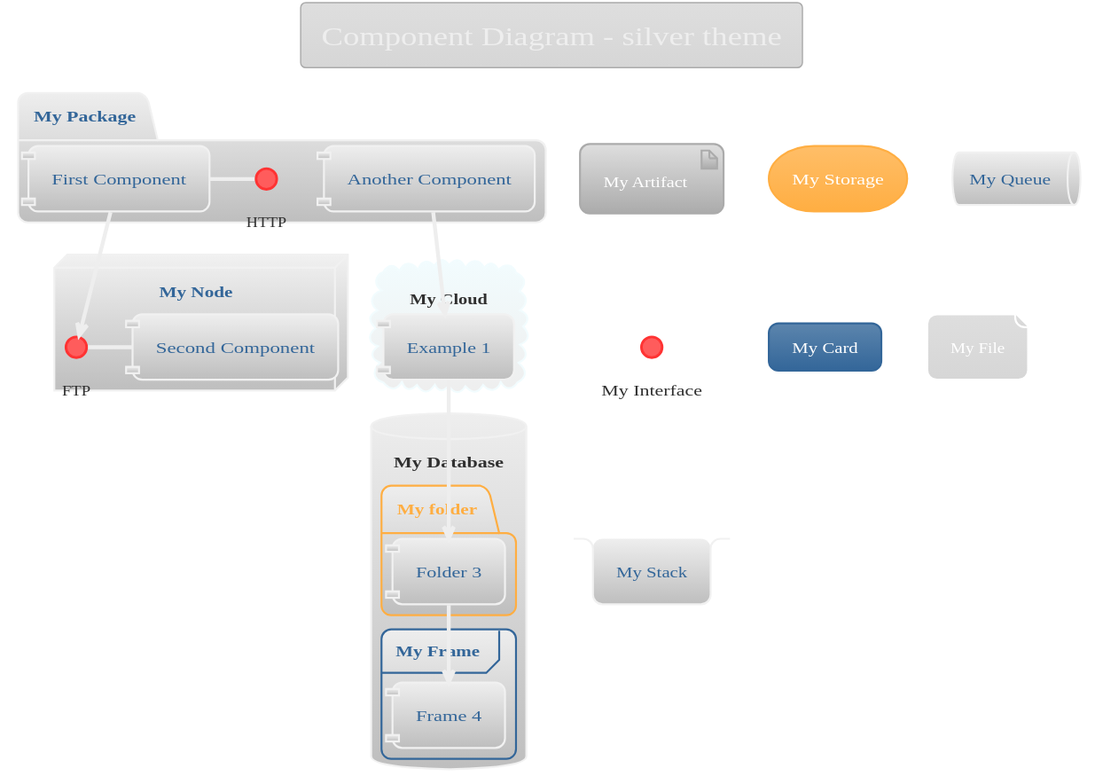
Before: themes/silver/component-ex.svg, a diagram exported from PlantUML (bschwarz/puml-themes).
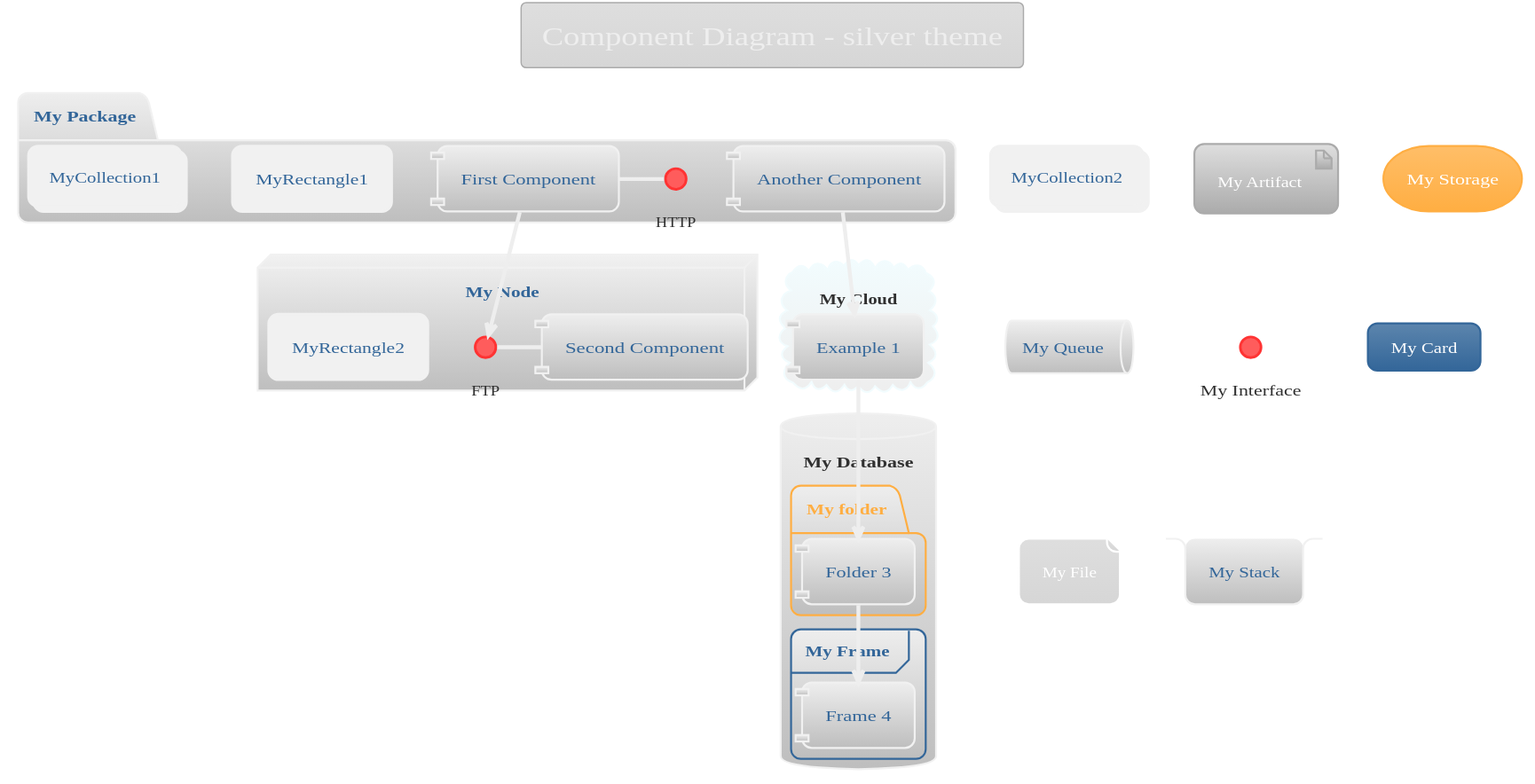
Later version of the same file.

What changed in the source:
```diff
@@ -47,6 +47,7 @@
 	FontColor #ffffff
 }
 
+
 skinparam activity {
 		FontColor #336699
 	BorderColor #f1f1f1
@@ -59,12 +60,16 @@
 	DiamondFontColor #ffffff
 }
 
+
+
 skinparam participant {
 		FontColor #336699
 	BorderColor #f1f1f1
 	BackgroundColor #eeeeee-#bebebe
 	ParticipantBorderThickness 2
 }
+
+
 
 skinparam actor {
 		FontColor #336699
@@ -73,11 +78,15 @@
 	FontColor #303030
 }
 
+
+
 skinparam arrow {
 	Thickness 3
 	Color #eeeeee
 	FontColor #303030
 }
+
+
 
 skinparam sequence {
 	BorderColor #eeeeee
@@ -104,11 +113,15 @@
 	ReferenceHeaderFontColor #336699
 }
 
+
+
 skinparam partition {
 	BorderColor #eeeeee
 	FontColor #bebebe
 	BackgroundColor transparent
 }
+
+
 
 skinparam collections {
 		FontColor #336699
@@ -116,11 +129,15 @@
 	BackgroundColor #eeeeee-#bebebe
 }
 
+
+
 skinparam control {
 		FontColor #336699
 	BorderColor #f1f1f1
 	BackgroundColor #eeeeee-#bebebe
 }
+
+
 
 skinparam entity {
 		FontColor #336699
@@ -128,17 +145,23 @@
 	BackgroundColor #eeeeee-#bebebe
 }
 
+
+
 skinparam boundary {
 		FontColor #336699
 	BorderColor #f1f1f1
 	BackgroundColor #eeeeee-#bebebe
 }
 
+
+
 skinparam agent {
 	BackgroundColor #orange
 	BorderColor #999999
 	FontColor #333333
 }
+
+
 
 skinparam note {
 	BorderThickness 1
@@ -147,11 +170,15 @@
 	FontColor #FFF
 }
 
+
+
 skinparam artifact {
 	BackgroundColor #dedede-#ababab
 	BorderColor #ababab
 	FontColor #ffffff
 }
+
+
 
 skinparam component {
 		FontColor #336699
@@ -159,11 +186,15 @@
 	BackgroundColor #eeeeee-#bebebe
 }
 
+
+
 skinparam interface {
 	BackgroundColor  #ff5c5c
 	BorderColor  #ff3333
 	FontColor #303030
 }
+
+
 
 skinparam storage {
 	BackgroundColor #ffbe68-#ffae42
@@ -171,11 +202,15 @@
 	FontColor #FFF
 }
 
+
+
 skinparam node {
 	BackgroundColor #f1f1f1-#bebebe
 	BorderColor #f1f1f1
 	FontColor #336699
 }
+
+
 
 skinparam cloud {
 	BackgroundColor #F2FCFE-#eeeeee
@@ -183,12 +218,16 @@
 	FontColor #303030
 }
 
+
+
 skinparam database {
 		FontColor #336699
 	BorderColor #f1f1f1
 	BackgroundColor #eeeeee-#bebebe
 	FontColor #303030
 }
+
+
 
 skinparam class {
 		FontColor #336699
@@ -201,6 +240,8 @@
 	AttributeFontSize 9
 }
 
+
+
 skinparam object {
 		FontColor #336699
 	BorderColor #f1f1f1
@@ -211,6 +252,8 @@
 	AttributeFontSize 11
 }
 
+
+
 skinparam usecase {
 		FontColor #336699
 	BorderColor #f1f1f1
@@ -218,6 +261,8 @@
 	BorderThickness 2
 	StereotypeFontColor #eeeeee
 }
+
+
 
 skinparam rectangle {
 		FontColor #336699
@@ -228,12 +273,16 @@
 	StereotypeFontColor #eeeeee
 }
 
+
+
 skinparam package {
 		FontColor #336699
 	BorderColor #f1f1f1
 	BackgroundColor #eeeeee-#bebebe
 	BorderThickness 2
 }
+
+
 
 skinparam folder {
 	BackgroundColor #eeeeee-#bebebe
@@ -242,12 +291,16 @@
 	BorderThickness 2
 }
 
+
+
 skinparam frame {
 	BackgroundColor #eeeeee-#bebebe
   	BorderColor #336699
 	FontColor #336699
 	BorderThickness 2
 }
+
+
 
 skinparam state {
 		FontColor #336699
@@ -259,17 +312,23 @@
 	AttributeFontSize 11
 }
 
+
+
 skinparam queue {
 		FontColor #336699
 	BorderColor #f1f1f1
 	BackgroundColor #eeeeee-#bebebe
 }
 
+
+
 skinparam card {
 	BackgroundColor #5c85ad-#336699
 	BorderColor #336699
 	FontColor #FFF
 }
+
+
 
 skinparam file {
 	BackgroundColor #dedede-#d6d6d6
@@ -278,11 +337,14 @@
 
 }
 
+
+
 skinparam stack {
 		FontColor #336699
 	BorderColor #f1f1f1
 	BackgroundColor #eeeeee-#bebebe
 }
+
 
 title Component Diagram - silver theme
 
@@ -290,17 +352,21 @@
 package "My Package" {
   HTTP - [First Component]
   [Another Component]
+  rectangle MyRectangle1
+  collections MyCollection1
 }
 
 node "My Node" {
   FTP - [Second Component]
   [First Component] --> FTP
+  rectangle MyRectangle2
 }
 
 cloud "My Cloud" {
   [Example 1]
 }
 
+collections MyCollection2
 
 database "My Database" {
   folder "My folder" {
```
